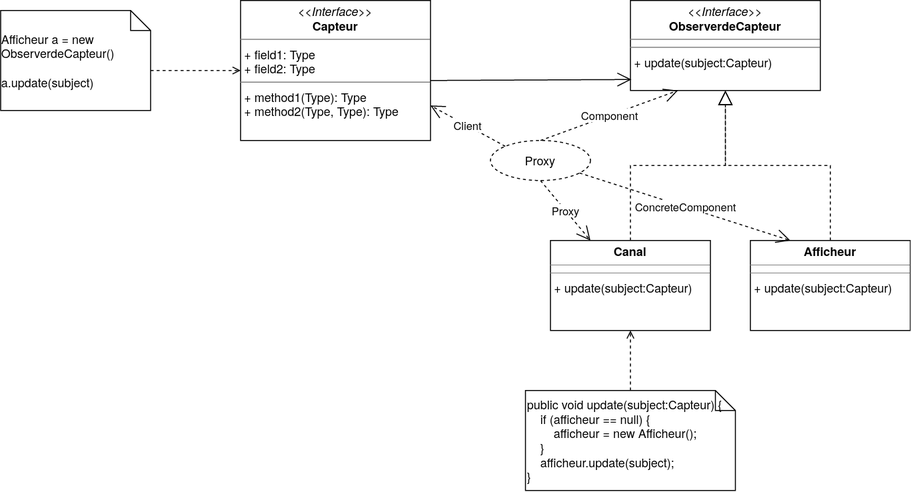
Before: img/Proxydown.png, a diagram exported from draw.io (thomas-guzik/project-observer). Source tidied: cells renumbered, new cells last; positions are measured from the earlier drawing's top-left corner, leaving out a move shared by most shapes.
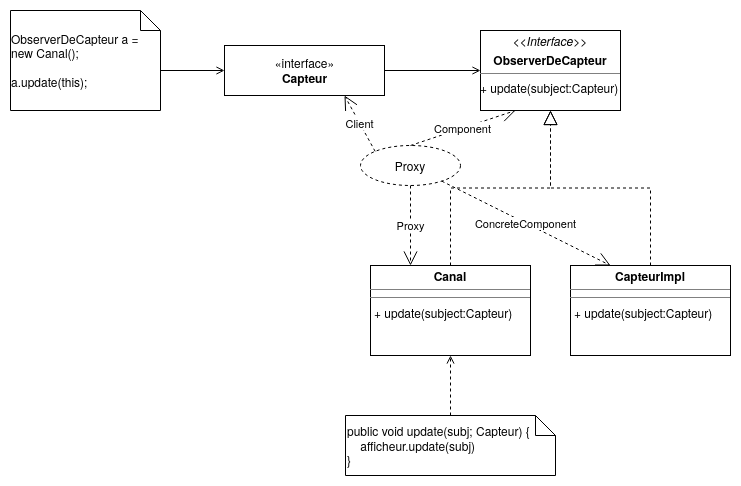
The same diagram one commit later.

Diff of the diagram source:
```diff
@@ -2,37 +2,25 @@
   <root>
     <mxCell id="0" />
     <mxCell id="1" parent="0" />
-    <mxCell id="2" value="&lt;p style=&quot;margin: 0px ; margin-top: 4px ; text-align: center&quot;&gt;&lt;i&gt;&amp;lt;&amp;lt;Interface&amp;gt;&amp;gt;&lt;/i&gt;&lt;br&gt;&lt;b&gt;Capteur&lt;/b&gt;&lt;/p&gt;&lt;hr size=&quot;1&quot;&gt;&lt;p style=&quot;margin: 0px ; margin-left: 4px&quot;&gt;+ field1: Type&lt;br&gt;+ field2: Type&lt;/p&gt;&lt;hr size=&quot;1&quot;&gt;&lt;p style=&quot;margin: 0px ; margin-left: 4px&quot;&gt;+ method1(Type): Type&lt;br&gt;+ method2(Type, Type): Type&lt;/p&gt;" style="verticalAlign=top;align=left;overflow=fill;fontSize=12;fontFamily=Helvetica;html=1;" parent="1" vertex="1">
-      <mxGeometry x="240" width="190" height="140" as="geometry" />
-    </mxCell>
-    <mxCell id="3" value="&lt;p style=&quot;margin: 0px ; margin-top: 4px ; text-align: center&quot;&gt;&lt;i&gt;&amp;lt;&amp;lt;Interface&amp;gt;&amp;gt;&lt;/i&gt;&lt;br&gt;&lt;b&gt;ObserverdeCapteur&lt;/b&gt;&lt;/p&gt;&lt;hr size=&quot;1&quot;&gt;&lt;hr size=&quot;1&quot;&gt;&lt;p style=&quot;margin: 0px ; margin-left: 4px&quot;&gt;+ update(subject:Capteur)&lt;br&gt;&lt;/p&gt;" style="verticalAlign=top;align=left;overflow=fill;fontSize=12;fontFamily=Helvetica;html=1;" parent="1" vertex="1">
-      <mxGeometry x="630" width="190" height="90" as="geometry" />
-    </mxCell>
-    <mxCell id="4" value="&lt;p style=&quot;margin: 0px ; margin-top: 4px ; text-align: center&quot;&gt;&lt;b&gt;Canal&lt;/b&gt;&lt;/p&gt;&lt;hr size=&quot;1&quot;&gt;&lt;hr size=&quot;1&quot;&gt;&lt;p style=&quot;margin: 0px ; margin-left: 4px&quot;&gt;+ update(subject:Capteur)&lt;br&gt;&lt;/p&gt;" style="verticalAlign=top;align=left;overflow=fill;fontSize=12;fontFamily=Helvetica;html=1;" parent="1" vertex="1">
+    <mxCell id="4" value="&lt;p style=&quot;margin: 0px ; margin-top: 4px ; text-align: center&quot;&gt;&lt;b&gt;Canal&lt;/b&gt;&lt;/p&gt;&lt;hr size=&quot;1&quot;&gt;&lt;hr size=&quot;1&quot;&gt;&lt;p style=&quot;margin: 0px ; margin-left: 4px&quot;&gt;+ update(subject:Capteur)&lt;/p&gt;" style="verticalAlign=top;align=left;overflow=fill;fontSize=12;fontFamily=Helvetica;html=1;" parent="1" vertex="1">
       <mxGeometry x="550" y="240" width="160" height="90" as="geometry" />
     </mxCell>
-    <mxCell id="5" value="&lt;p style=&quot;margin: 0px ; margin-top: 4px ; text-align: center&quot;&gt;&lt;b&gt;Afficheur&lt;/b&gt;&lt;/p&gt;&lt;hr size=&quot;1&quot;&gt;&lt;hr size=&quot;1&quot;&gt;&lt;p style=&quot;margin: 0px ; margin-left: 4px&quot;&gt;+ update(subject:Capteur)&lt;br&gt;&lt;/p&gt;" style="verticalAlign=top;align=left;overflow=fill;fontSize=12;fontFamily=Helvetica;html=1;" parent="1" vertex="1">
+    <mxCell id="5" value="&lt;p style=&quot;margin: 0px ; margin-top: 4px ; text-align: center&quot;&gt;&lt;b&gt;CapteurImpl&lt;/b&gt;&lt;/p&gt;&lt;hr size=&quot;1&quot;&gt;&lt;hr size=&quot;1&quot;&gt;&lt;p style=&quot;margin: 0px ; margin-left: 4px&quot;&gt;+ update(subject:Capteur)&lt;/p&gt;" style="verticalAlign=top;align=left;overflow=fill;fontSize=12;fontFamily=Helvetica;html=1;" parent="1" vertex="1">
       <mxGeometry x="750" y="240" width="160" height="90" as="geometry" />
     </mxCell>
-    <mxCell id="6" style="endArrow=block;dashed=1;endFill=0;endSize=12;html=1;entryX=0.5;entryY=1;entryDx=0;entryDy=0;exitX=0.5;exitY=0;exitDx=0;exitDy=0;edgeStyle=orthogonalEdgeStyle;rounded=0;" parent="1" edge="1" source="4" target="3">
+    <mxCell id="6" style="endArrow=block;dashed=1;endFill=0;endSize=12;html=1;entryX=0.5;entryY=1;entryDx=0;entryDy=0;exitX=0.5;exitY=0;exitDx=0;exitDy=0;edgeStyle=orthogonalEdgeStyle;rounded=0;" parent="1" edge="1" source="4" target="21">
       <mxGeometry relative="1" as="geometry" />
     </mxCell>
-    <mxCell id="7" style="endArrow=block;dashed=1;endFill=0;endSize=12;html=1;exitX=0.5;exitY=0;exitDx=0;exitDy=0;rounded=0;edgeStyle=orthogonalEdgeStyle;" parent="1" edge="1" source="5" target="3">
+    <mxCell id="7" style="endArrow=block;dashed=1;endFill=0;endSize=12;html=1;exitX=0.5;exitY=0;exitDx=0;exitDy=0;rounded=0;edgeStyle=orthogonalEdgeStyle;entryX=0.5;entryY=1;entryDx=0;entryDy=0;" parent="1" edge="1" source="5" target="21">
       <mxGeometry relative="1" as="geometry" />
     </mxCell>
-    <mxCell id="8" style="endArrow=open;endFill=1;endSize=12;html=1;" parent="1" edge="1">
-      <mxGeometry relative="1" as="geometry">
-        <mxPoint x="430" y="80" as="sourcePoint" />
-        <mxPoint x="631" y="79" as="targetPoint" />
-      </mxGeometry>
-    </mxCell>
     <mxCell id="9" value="Proxy" style="ellipse;whiteSpace=wrap;html=1;align=center;dashed=1;" parent="1" vertex="1">
-      <mxGeometry x="490" y="140" width="100" height="40" as="geometry" />
+      <mxGeometry x="540" y="120" width="100" height="40" as="geometry" />
     </mxCell>
-    <mxCell id="10" value="Client" style="endArrow=open;endSize=12;dashed=1;html=1;entryX=1;entryY=0.75;entryDx=0;entryDy=0;exitX=0;exitY=0;exitDx=0;exitDy=0;" parent="1" edge="1" source="9" target="2">
+    <mxCell id="10" value="Client" style="endArrow=open;endSize=12;dashed=1;html=1;exitX=0;exitY=0;exitDx=0;exitDy=0;entryX=0.75;entryY=1;entryDx=0;entryDy=0;" parent="1" edge="1" source="9" target="20">
       <mxGeometry relative="1" as="geometry" />
     </mxCell>
-    <mxCell id="11" value="Component" style="endArrow=open;endSize=12;dashed=1;html=1;entryX=0.25;entryY=1;entryDx=0;entryDy=0;exitX=0.5;exitY=0;exitDx=0;exitDy=0;" parent="1" edge="1" source="9" target="3">
+    <mxCell id="11" value="Component" style="endArrow=open;endSize=12;dashed=1;html=1;entryX=0.25;entryY=1;entryDx=0;entryDy=0;exitX=0.5;exitY=0;exitDx=0;exitDy=0;" parent="1" edge="1" source="9" target="21">
       <mxGeometry relative="1" as="geometry" />
     </mxCell>
     <mxCell id="12" value="ConcreteComponent" style="endArrow=open;endSize=12;dashed=1;html=1;entryX=0.25;entryY=0;entryDx=0;entryDy=0;" parent="1" edge="1" source="9" target="5">
@@ -44,14 +32,23 @@
     <mxCell id="14" style="edgeStyle=none;rounded=0;jettySize=auto;html=1;exitX=0.5;exitY=0;exitDx=0;exitDy=0;exitPerimeter=0;entryX=0.5;entryY=1;entryDx=0;entryDy=0;dashed=1;startArrow=none;startFill=0;endArrow=open;endFill=0;" parent="1" edge="1" source="15" target="4">
       <mxGeometry relative="1" as="geometry" />
     </mxCell>
-    <mxCell id="15" value="&lt;font face=&quot;Helvetica&quot;&gt;public void update(subject:Capteur) {&lt;br&gt;&amp;nbsp;&amp;nbsp; &amp;nbsp;if (afficheur == null) {&lt;br&gt;&amp;nbsp;&amp;nbsp; &amp;nbsp;&amp;nbsp;&amp;nbsp;&amp;nbsp; afficheur = new Afficheur();&lt;br&gt;&amp;nbsp;&amp;nbsp; &amp;nbsp;}&lt;br&gt;&amp;nbsp;&amp;nbsp;&amp;nbsp; afficheur.update(subject);&lt;br&gt;}&lt;/font&gt;" style="shape=note;size=20;whiteSpace=wrap;html=1;align=left;" parent="1" vertex="1">
-      <mxGeometry x="525" y="390" width="210" height="100" as="geometry" />
+    <mxCell id="15" value="&lt;font face=&quot;Helvetica&quot;&gt;public void update(subj; Capteur) {&lt;br&gt;&amp;nbsp;&amp;nbsp;&amp;nbsp; afficheur.update(subj)&lt;br&gt;}&lt;/font&gt;" style="shape=note;size=20;whiteSpace=wrap;html=1;align=left;" parent="1" vertex="1">
+      <mxGeometry x="525" y="390" width="210" height="60" as="geometry" />
     </mxCell>
-    <mxCell id="16" style="edgeStyle=none;rounded=0;jettySize=auto;html=1;exitX=0;exitY=0;exitDx=150;exitDy=60;exitPerimeter=0;entryX=0;entryY=0.5;entryDx=0;entryDy=0;dashed=1;startArrow=none;startFill=0;endArrow=open;endFill=0;" parent="1" edge="1" source="17" target="2">
-      <mxGeometry relative="1" as="geometry" />
-    </mxCell>
+    <mxCell id="18" style="edgeStyle=orthogonalEdgeStyle;rounded=0;jettySize=auto;html=1;exitX=0;exitY=0;exitDx=150;exitDy=60;exitPerimeter=0;entryX=0;entryY=0.5;entryDx=0;entryDy=0;endArrow=open;endFill=0;" parent="1" edge="1" source="17" target="20">
+      <mxGeometry relative="1" as="geometry" />
+    </mxCell>
-    <mxCell id="17" value="&lt;div align=&quot;left&quot;&gt;Afficheur a = new ObserverdeCapteur()&lt;br&gt;&lt;/div&gt;&lt;div align=&quot;left&quot;&gt;&lt;br&gt;&lt;/div&gt;&lt;div align=&quot;left&quot;&gt;a.update(subject)&lt;br&gt;&lt;/div&gt;" style="shape=note;size=20;whiteSpace=wrap;html=1;" parent="1" vertex="1">
-      <mxGeometry y="10" width="150" height="100" as="geometry" />
+    <mxCell id="17" value="&lt;div align=&quot;left&quot;&gt;ObserverDeCapteur a = new Canal();&lt;/div&gt;&lt;div align=&quot;left&quot;&gt;&lt;br&gt;&lt;/div&gt;&lt;div align=&quot;left&quot;&gt;a.update(this);&lt;br&gt;&lt;/div&gt;" style="shape=note;size=20;whiteSpace=wrap;html=1;align=center;" parent="1" vertex="1">
+      <mxGeometry x="190" y="-15" width="150" height="100" as="geometry" />
     </mxCell>
+    <mxCell id="19" style="edgeStyle=orthogonalEdgeStyle;rounded=0;jettySize=auto;html=1;exitX=1;exitY=0.5;exitDx=0;exitDy=0;entryX=0;entryY=0.5;entryDx=0;entryDy=0;endArrow=open;endFill=0;" parent="1" edge="1" source="20" target="21">
+      <mxGeometry relative="1" as="geometry" />
+    </mxCell>
+    <mxCell id="20" value="«interface»&lt;br&gt;&lt;b&gt;Capteur&lt;/b&gt;" style="html=1;" parent="1" vertex="1">
+      <mxGeometry x="404" y="20" width="160" height="50" as="geometry" />
+    </mxCell>
+    <mxCell id="21" value="&lt;p style=&quot;margin: 0px ; margin-top: 4px ; text-align: center&quot;&gt;&lt;i&gt;&amp;lt;&amp;lt;Interface&amp;gt;&amp;gt;&lt;/i&gt;&lt;b&gt;&lt;br&gt;&lt;/b&gt;&lt;/p&gt;&lt;p style=&quot;margin: 0px ; margin-top: 4px ; text-align: center&quot;&gt;&lt;b&gt;ObserverDeCapteur&lt;/b&gt;&lt;/p&gt;&lt;hr size=&quot;1&quot;&gt;&lt;div style=&quot;height: 2px&quot;&gt;+ update(subject:Capteur)&lt;br&gt;&lt;/div&gt;" style="verticalAlign=top;align=left;overflow=fill;fontSize=12;fontFamily=Helvetica;html=1;" parent="1" vertex="1">
+      <mxGeometry x="660" y="5" width="140" height="80" as="geometry" />
+    </mxCell>
   </root>
 </mxGraphModel>
```
